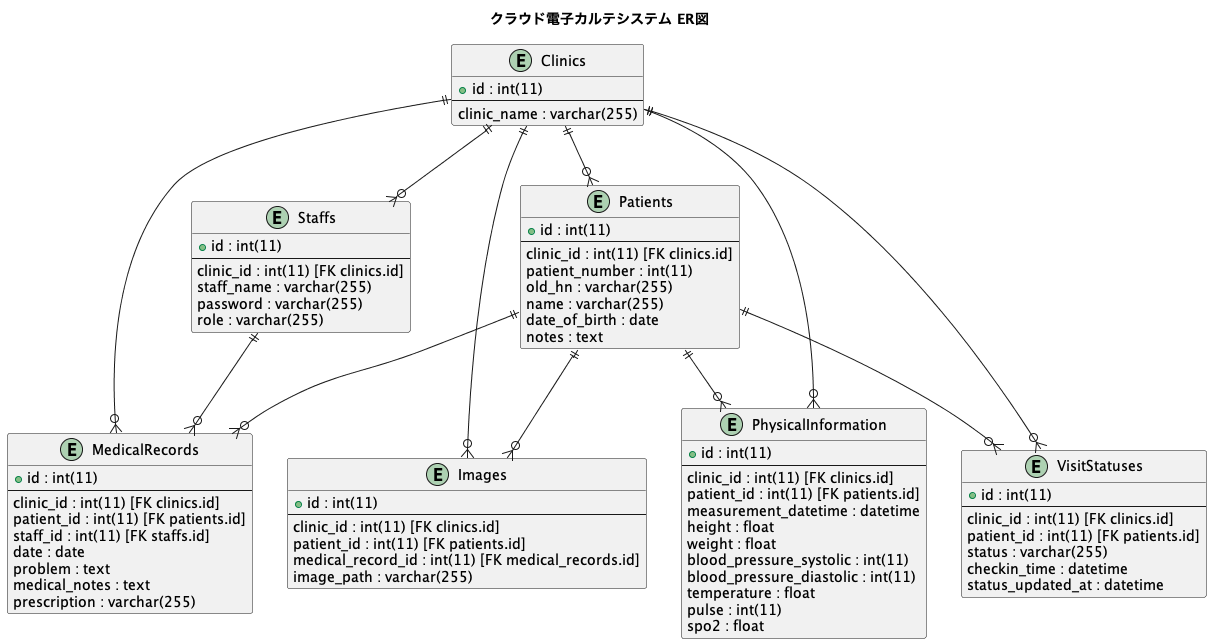
This is documents/images/er_diagram.png from kaneconet/MDX, a PlantUML export, as it was before one commit. The source it was exported from:
```plantuml
@startuml
title クラウド電子カルテシステム ER図

entity "Clinics" as clinics {
  + id : int(11)
  ---
  clinic_name : varchar(255)
}

entity "Staffs" as staffs {
  + id : int(11)
  ---
  clinic_id : int(11) [FK clinics.id]
  staff_name : varchar(255)
  password : varchar(255)
  role : varchar(255)
}

entity "Patients" as patients {
  + id : int(11)
  ---
  clinic_id : int(11) [FK clinics.id]
  patient_number : int(11)
  old_hn : varchar(255)
  name : varchar(255)
  date_of_birth : date
  notes : text
}

entity "MedicalRecords" as medical_records {
  + id : int(11)
  ---
  clinic_id : int(11) [FK clinics.id]
  patient_id : int(11) [FK patients.id]
  staff_id : int(11) [FK staffs.id]
  date : date
  problem : text
  medical_notes : text
  prescription : varchar(255)
}

entity "Images" as images {
  + id : int(11)
  ---
  clinic_id : int(11) [FK clinics.id]
  patient_id : int(11) [FK patients.id]
  medical_record_id : int(11) [FK medical_records.id]
  image_path : varchar(255)
}

entity "PhysicalInformation" as physical_information {
  + id : int(11)
  ---
  clinic_id : int(11) [FK clinics.id]
  patient_id : int(11) [FK patients.id]
  measurement_datetime : datetime
  height : float
  weight : float
  blood_pressure_systolic : int(11)
  blood_pressure_diastolic : int(11)
  temperature : float
  pulse : int(11)
  spo2 : float
}

entity "VisitStatuses" as visit_statuses {
  + id : int(11)
  ---
  clinic_id : int(11) [FK clinics.id]
  patient_id : int(11) [FK patients.id]
  status : varchar(255)
  checkin_time : datetime
  status_updated_at : datetime
}

clinics ||--o{ staffs
clinics ||--o{ patients
clinics ||--o{ medical_records
clinics ||--o{ images
clinics ||--o{ physical_information
clinics ||--o{ visit_statuses
staffs ||--o{ medical_records
patients ||--o{ medical_records
patients ||--o{ images
patients ||--o{ physical_information
patients ||--o{ visit_statuses

@enduml
```
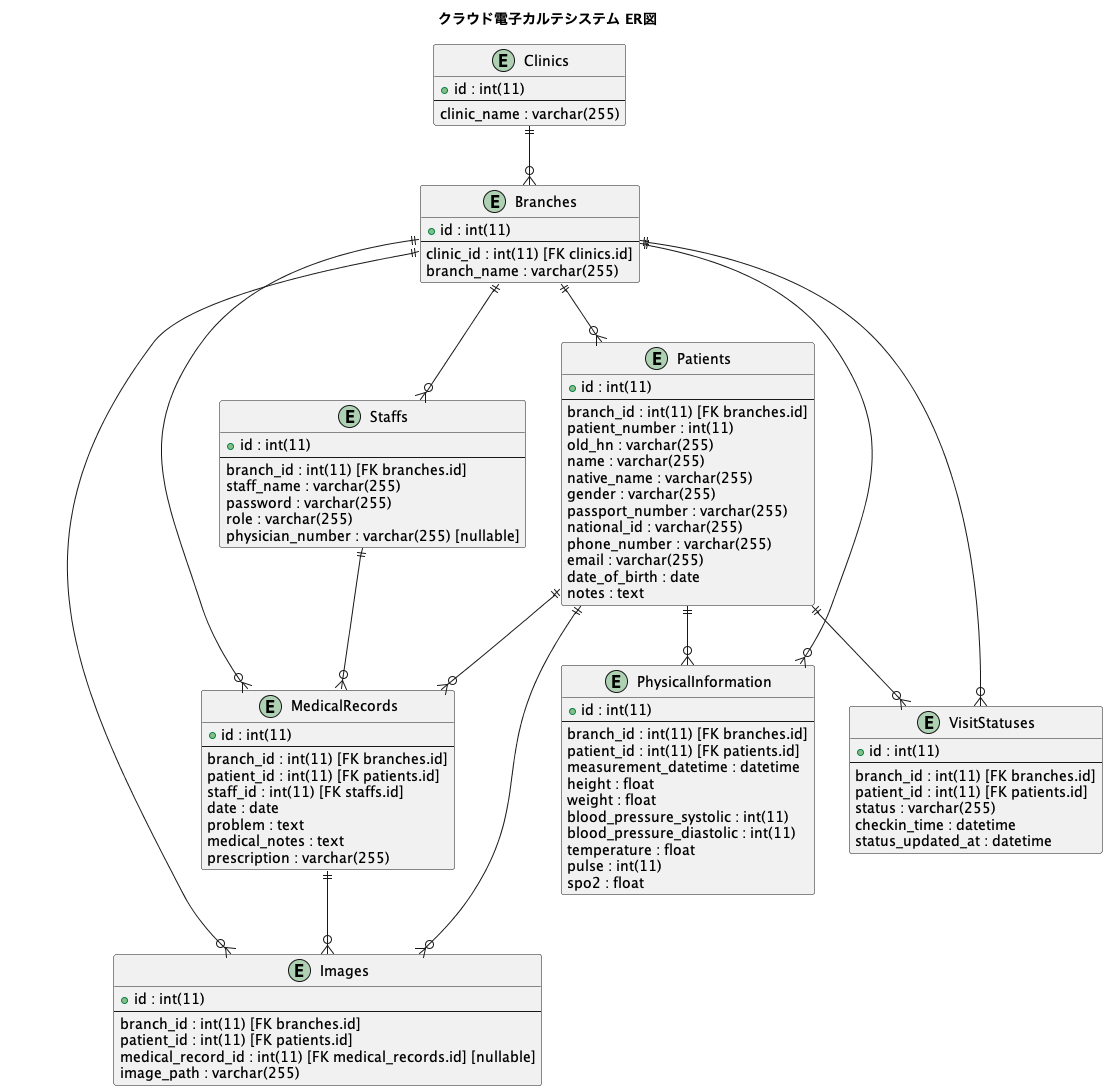
The same diagram one commit later.

Commit message:
Update database diagram

Diff of the diagram source:
```diff
@@ -7,22 +7,36 @@
   clinic_name : varchar(255)
 }
 
+entity "Branches" as branches {
+  + id : int(11)
+  ---
+  clinic_id : int(11) [FK clinics.id]
+  branch_name : varchar(255)
+}
+
 entity "Staffs" as staffs {
   + id : int(11)
   ---
-  clinic_id : int(11) [FK clinics.id]
+  branch_id : int(11) [FK branches.id]
   staff_name : varchar(255)
   password : varchar(255)
   role : varchar(255)
+  physician_number : varchar(255) [nullable]
 }
 
 entity "Patients" as patients {
   + id : int(11)
   ---
-  clinic_id : int(11) [FK clinics.id]
+  branch_id : int(11) [FK branches.id]
   patient_number : int(11)
   old_hn : varchar(255)
   name : varchar(255)
+  native_name : varchar(255)
+  gender : varchar(255)
+  passport_number : varchar(255)
+  national_id : varchar(255)
+  phone_number : varchar(255)
+  email : varchar(255)
   date_of_birth : date
   notes : text
 }
@@ -30,7 +44,7 @@
 entity "MedicalRecords" as medical_records {
   + id : int(11)
   ---
-  clinic_id : int(11) [FK clinics.id]
+  branch_id : int(11) [FK branches.id]
   patient_id : int(11) [FK patients.id]
   staff_id : int(11) [FK staffs.id]
   date : date
@@ -42,16 +56,16 @@
 entity "Images" as images {
   + id : int(11)
   ---
-  clinic_id : int(11) [FK clinics.id]
+  branch_id : int(11) [FK branches.id]
   patient_id : int(11) [FK patients.id]
-  medical_record_id : int(11) [FK medical_records.id]
+  medical_record_id : int(11) [FK medical_records.id] [nullable]
   image_path : varchar(255)
 }
 
 entity "PhysicalInformation" as physical_information {
   + id : int(11)
   ---
-  clinic_id : int(11) [FK clinics.id]
+  branch_id : int(11) [FK branches.id]
   patient_id : int(11) [FK patients.id]
   measurement_datetime : datetime
   height : float
@@ -66,21 +80,23 @@
 entity "VisitStatuses" as visit_statuses {
   + id : int(11)
   ---
-  clinic_id : int(11) [FK clinics.id]
+  branch_id : int(11) [FK branches.id]
   patient_id : int(11) [FK patients.id]
   status : varchar(255)
   checkin_time : datetime
   status_updated_at : datetime
 }
 
-clinics ||--o{ staffs
-clinics ||--o{ patients
-clinics ||--o{ medical_records
-clinics ||--o{ images
-clinics ||--o{ physical_information
-clinics ||--o{ visit_statuses
+clinics ||--o{ branches
+branches ||--o{ staffs
+branches ||--o{ patients
+branches ||--o{ medical_records
+branches ||--o{ images
+branches ||--o{ physical_information
+branches ||--o{ visit_statuses
 staffs ||--o{ medical_records
 patients ||--o{ medical_records
+medical_records ||--o{ images
 patients ||--o{ images
 patients ||--o{ physical_information
 patients ||--o{ visit_statuses
```
